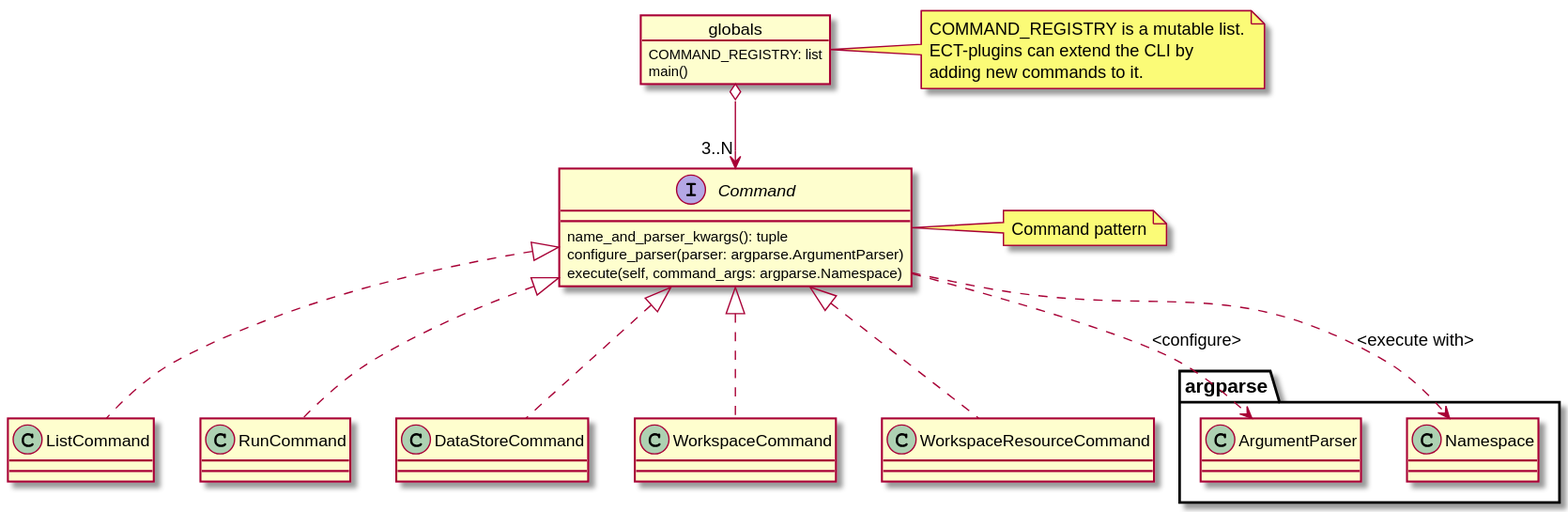
This is doc/source/_static/uml/cli.svg from CCI-Tools/cate, a PlantUML export, as it was before one commit. Its source is kept beside it as doc/source/uml/cli.puml.
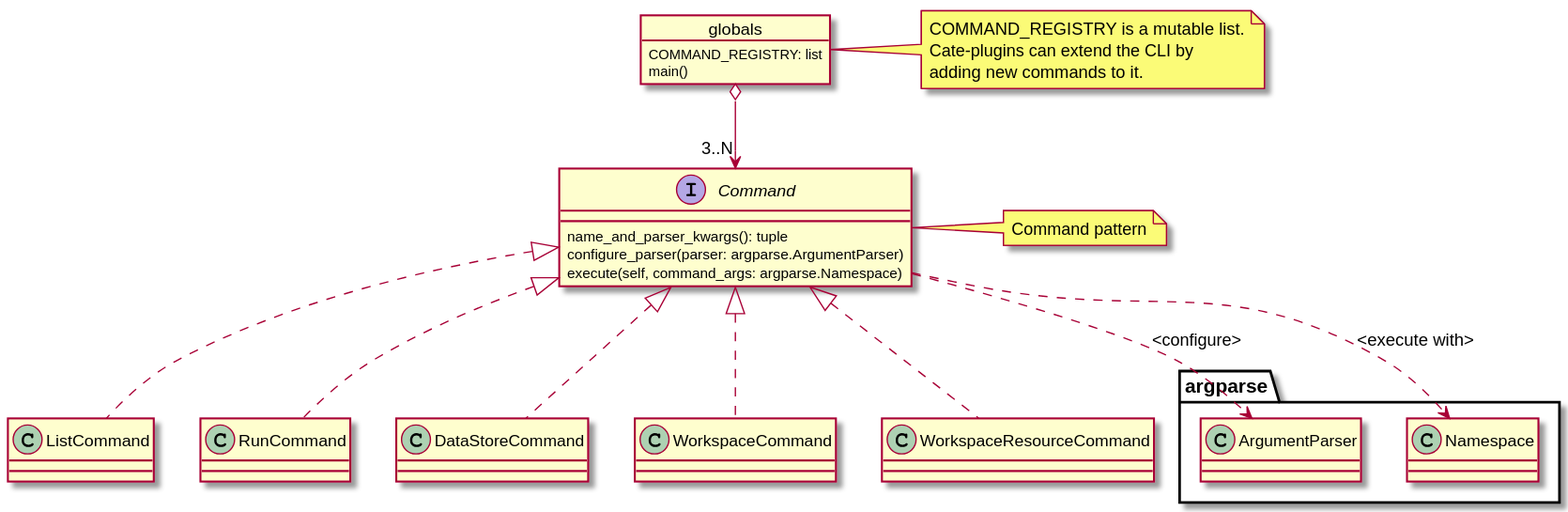
Above is the later version.

The edit, as a diff of the source:
```diff
@@ -37,7 +37,7 @@
 
 note right of globals
 COMMAND_REGISTRY is a mutable list.
-ECT-plugins can extend the CLI by
+Cate-plugins can extend the CLI by
 adding new commands to it.
 end note
 
```
